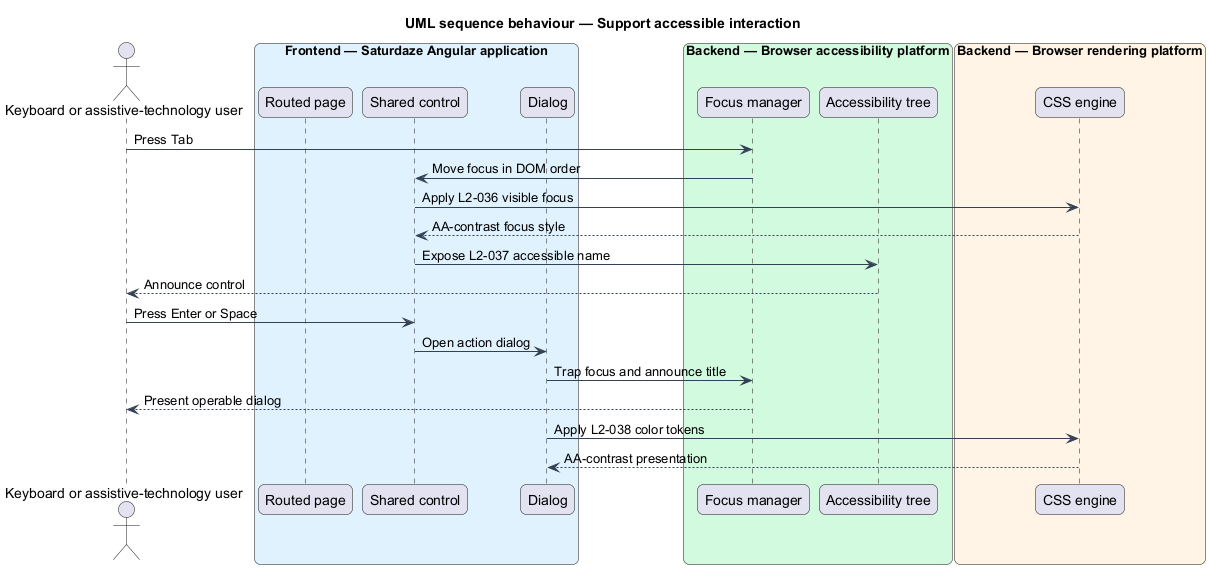
Before: docs/detailed-designs/web-experience/support-accessible-interaction/diagrams/sequence-accessible-interaction.png, a diagram exported from PlantUML (QuinntyneBrown/saturdaze). Its diagram source:
```plantuml
@startuml
title UML sequence behaviour — Support accessible interaction
skinparam backgroundColor #FFFFFF
skinparam shadowing false
skinparam roundcorner 12
skinparam defaultFontName Arial
skinparam ArrowColor #344054
skinparam rectangle {
  BorderColor #344054
  FontColor #101828
}
skinparam package {
  BorderColor #667085
  FontColor #101828
  BackgroundColor #F9FAFB
}
actor "Keyboard or assistive-technology user" as user
box "Frontend — Saturdaze Angular application" #E0F2FE
  participant "Routed page" as page
  participant "Shared control" as control
  participant "Dialog" as dialog
end box
box "Backend — Browser accessibility platform" #D1FADF
  participant "Focus manager" as focus
  participant "Accessibility tree" as tree
end box
box "Backend — Browser rendering platform" #FFF4E5
  participant "CSS engine" as css
end box
user -> focus : Press Tab
focus -> control : Move focus in DOM order
control -> css : Apply L2-036 visible focus
css --> control : AA-contrast focus style
control -> tree : Expose L2-037 accessible name
tree --> user : Announce control
user -> control : Press Enter or Space
control -> dialog : Open action dialog
dialog -> focus : Trap focus and announce title
focus --> user : Present operable dialog
dialog -> css : Apply L2-038 color tokens
css --> dialog : AA-contrast presentation
@enduml
```
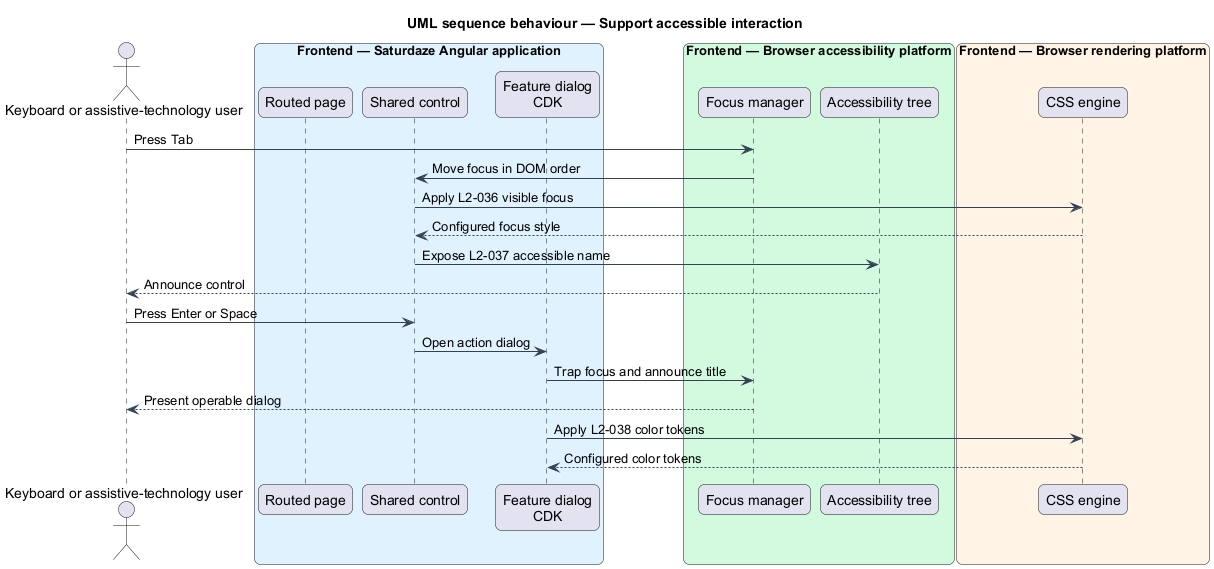
After the commit.

The edit, as a diff of the source:
```diff
@@ -18,19 +18,19 @@
 box "Frontend — Saturdaze Angular application" #E0F2FE
   participant "Routed page" as page
   participant "Shared control" as control
-  participant "Dialog" as dialog
+  participant "Feature dialog\nCDK" as dialog
 end box
-box "Backend — Browser accessibility platform" #D1FADF
+box "Frontend — Browser accessibility platform" #D1FADF
   participant "Focus manager" as focus
   participant "Accessibility tree" as tree
 end box
-box "Backend — Browser rendering platform" #FFF4E5
+box "Frontend — Browser rendering platform" #FFF4E5
   participant "CSS engine" as css
 end box
 user -> focus : Press Tab
 focus -> control : Move focus in DOM order
 control -> css : Apply L2-036 visible focus
-css --> control : AA-contrast focus style
+css --> control : Configured focus style
 control -> tree : Expose L2-037 accessible name
 tree --> user : Announce control
 user -> control : Press Enter or Space
@@ -38,5 +38,5 @@
 dialog -> focus : Trap focus and announce title
 focus --> user : Present operable dialog
 dialog -> css : Apply L2-038 color tokens
-css --> dialog : AA-contrast presentation
+css --> dialog : Configured color tokens
 @enduml
```
